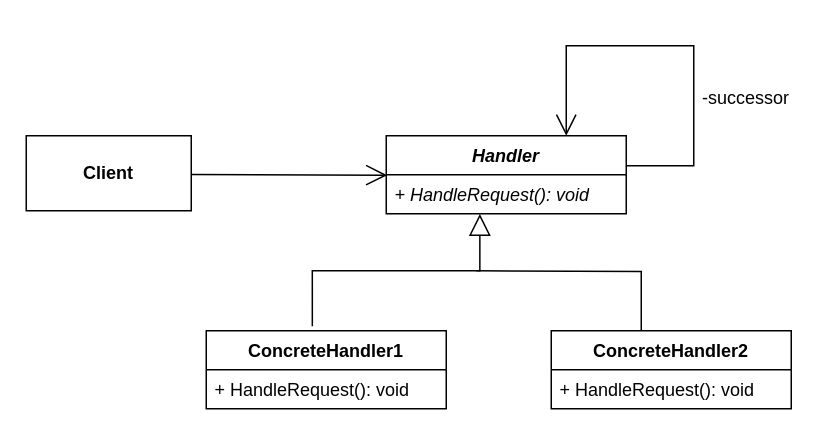
The draw.io diagram page "Chain of Responsibility" (5 of 6) of OOAD/design_pattern/Homework/static/UML Class Diagram.drawio in james5635/year4, before the edit. Source tidied: cells renumbered, new cells numbered last; positions are measured from the earlier drawing's top-left corner, leaving out a move shared by most shapes. Both pictures are drawn from the tidied source at 150%, with x=0, y=0 at pixel (26, 45).
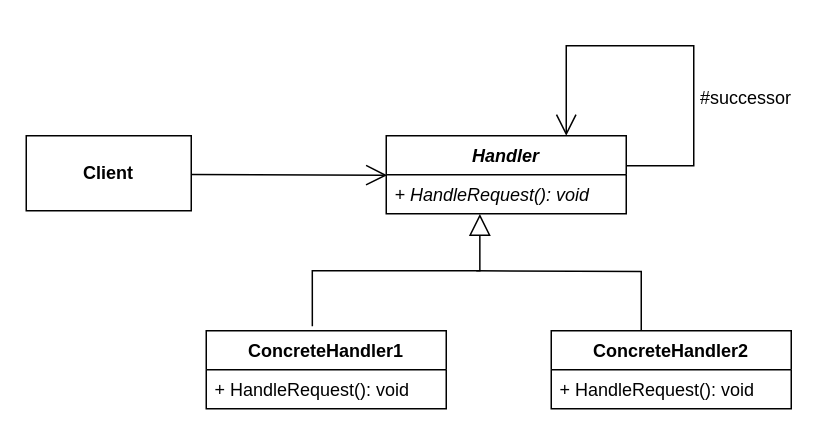
The same page after the edit.

Commit message (it also covers changes not shown here):
add UML class diagram for Example

What changed in the source:
```diff
@@
 <mxGraphModel>
   <root>
     <mxCell id="0" />
     <mxCell id="1" parent="0" />
     <mxCell id="2" value="&lt;b&gt;Client&lt;/b&gt;" style="html=1;whiteSpace=wrap;" parent="1" vertex="1">
       <mxGeometry y="60" width="110" height="50" as="geometry" />
     </mxCell>
     <mxCell id="3" value="&lt;i&gt;Handler&lt;/i&gt;" style="swimlane;fontStyle=1;align=center;verticalAlign=top;horizontal=1;startSize=26;whiteSpace=wrap;html=1;" parent="1" vertex="1">
       <mxGeometry x="240" y="60" width="160" height="52" as="geometry" />
     </mxCell>
     <mxCell id="4" value="&lt;i&gt;+ HandleRequest(): void&lt;/i&gt;" style="text;strokeColor=none;fillColor=none;align=left;verticalAlign=top;spacingLeft=4;spacingRight=4;overflow=hidden;points=[[0,0.5],[1,0.5]];portConstraint=eastwest;whiteSpace=wrap;html=1;" parent="3" vertex="1">
       <mxGeometry y="26" width="160" height="26" as="geometry" />
     </mxCell>
-    <mxCell id="5" value="-successor" style="text;html=1;whiteSpace=wrap;strokeColor=none;fillColor=none;align=center;verticalAlign=middle;rounded=0;" parent="1" vertex="1">
+    <mxCell id="5" value="#successor" style="text;html=1;whiteSpace=wrap;strokeColor=none;fillColor=none;align=center;verticalAlign=middle;rounded=0;" parent="1" vertex="1">
       <mxGeometry x="450" y="20" width="60" height="30" as="geometry" />
     </mxCell>
     <mxCell id="6" style="endArrow=open;endFill=1;endSize=12;html=1;rounded=0;edgeStyle=orthogonalEdgeStyle;" parent="1" edge="1">
       <mxGeometry relative="1" as="geometry">
         <mxPoint x="400" y="80" as="sourcePoint" />
         <mxPoint x="360" y="60" as="targetPoint" />
         <Array as="points">
           <mxPoint x="445" y="80" />
           <mxPoint x="445" />
           <mxPoint x="360" />
           <mxPoint x="360" y="60" />
         </Array>
       </mxGeometry>
     </mxCell>
     <mxCell id="7" value="ConcreteHandler1" style="swimlane;fontStyle=1;align=center;verticalAlign=top;horizontal=1;startSize=26;whiteSpace=wrap;html=1;" parent="1" vertex="1">
       <mxGeometry x="120" y="190" width="160" height="52" as="geometry" />
     </mxCell>
     <mxCell id="8" value="+ HandleRequest(): void" style="text;strokeColor=none;fillColor=none;align=left;verticalAlign=top;spacingLeft=4;spacingRight=4;overflow=hidden;whiteSpace=wrap;html=1;" parent="7" vertex="1">
       <mxGeometry y="26" width="160" height="26" as="geometry" />
     </mxCell>
     <mxCell id="9" value="ConcreteHandler2" style="swimlane;fontStyle=1;align=center;verticalAlign=top;horizontal=1;startSize=26;whiteSpace=wrap;html=1;" parent="1" vertex="1">
       <mxGeometry x="350" y="190" width="160" height="52" as="geometry" />
     </mxCell>
     <mxCell id="10" value="+ HandleRequest(): void" style="text;strokeColor=none;fillColor=none;align=left;verticalAlign=top;spacingLeft=4;spacingRight=4;overflow=hidden;whiteSpace=wrap;html=1;" parent="9" vertex="1">
       <mxGeometry y="26" width="160" height="26" as="geometry" />
     </mxCell>
     <mxCell id="11" style="endArrow=open;endFill=1;endSize=12;html=1;rounded=0;entryX=0.004;entryY=0.014;entryDx=0;entryDy=0;entryPerimeter=0;" parent="1" edge="1" target="4">
       <mxGeometry relative="1" as="geometry">
         <mxPoint x="110" y="85.8" as="sourcePoint" />
       </mxGeometry>
     </mxCell>
     <mxCell id="12" style="endArrow=block;endFill=0;endSize=12;html=1;rounded=0;exitX=0.442;exitY=-0.057;exitDx=0;exitDy=0;exitPerimeter=0;entryX=0.39;entryY=1.006;entryDx=0;entryDy=0;entryPerimeter=0;edgeStyle=orthogonalEdgeStyle;" parent="1" edge="1" source="7" target="4">
       <mxGeometry relative="1" as="geometry">
         <Array as="points">
           <mxPoint x="191" y="150" />
           <mxPoint x="302" y="150" />
         </Array>
       </mxGeometry>
     </mxCell>
     <mxCell id="13" style="endArrow=none;endFill=0;endSize=12;html=1;rounded=0;entryX=0.375;entryY=0;entryDx=0;entryDy=0;entryPerimeter=0;edgeStyle=orthogonalEdgeStyle;" parent="1" edge="1" target="9">
       <mxGeometry relative="1" as="geometry">
         <mxPoint x="300" y="150" as="sourcePoint" />
       </mxGeometry>
     </mxCell>
   </root>
 </mxGraphModel>
```
